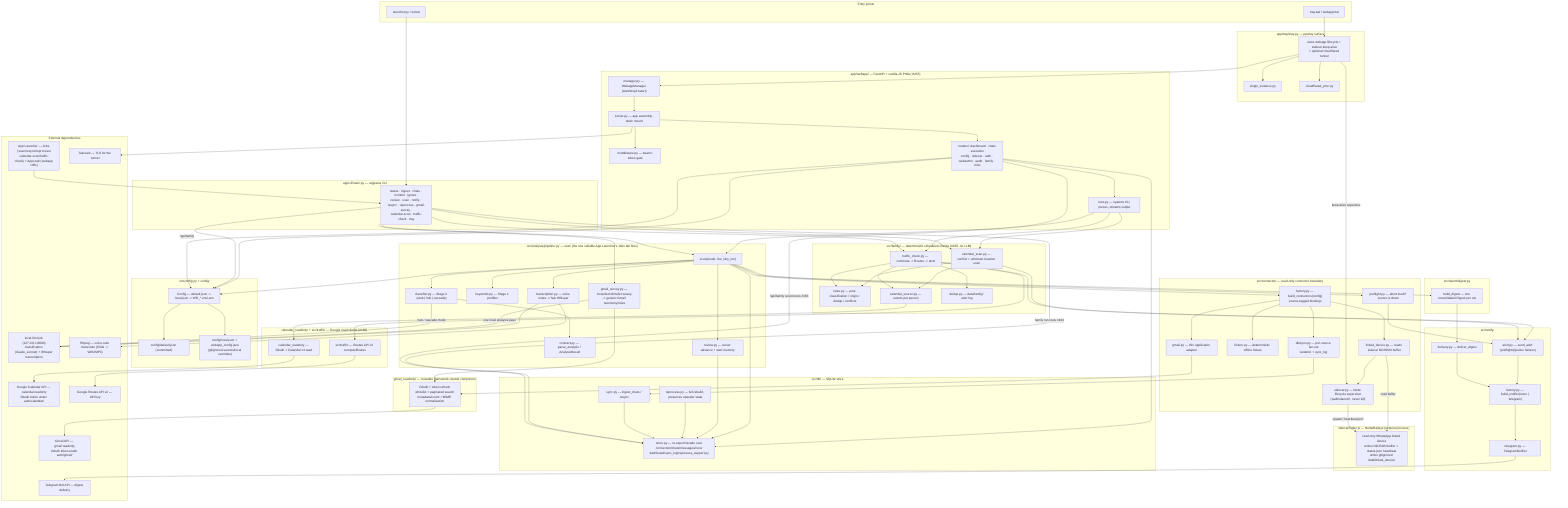
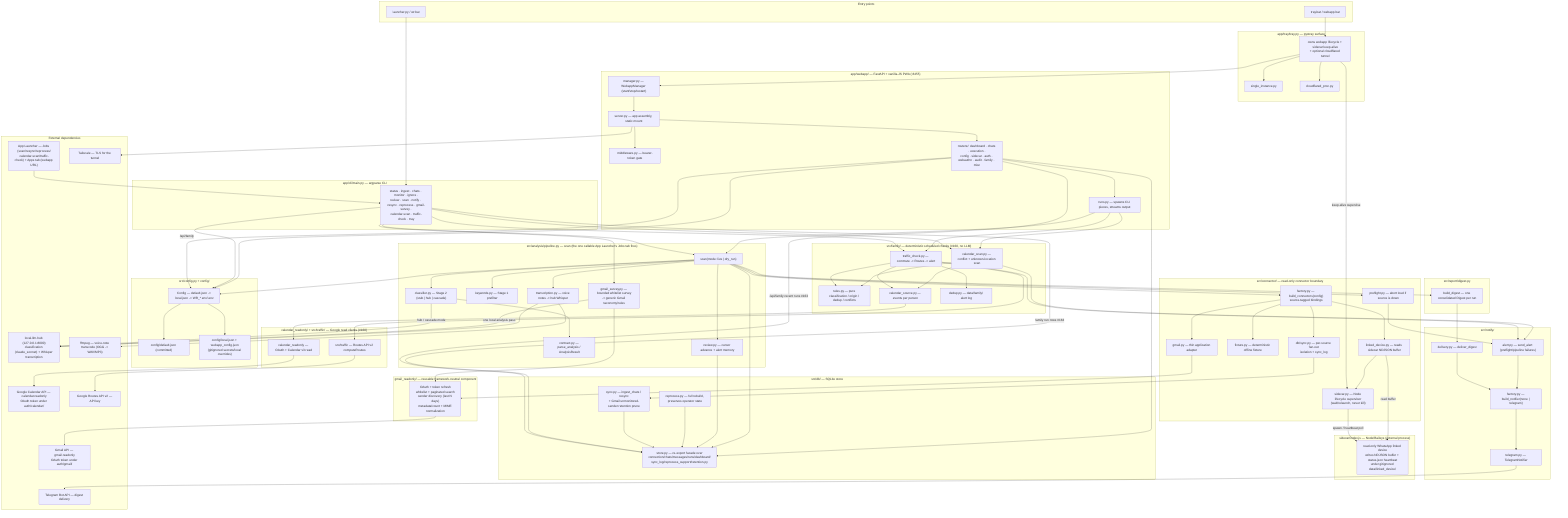
%% docs/architecture.mmd — whatsapp-radar's own internal structure.
%% Hand-authored, not generated (unlike fleet-config's mechanically-aggregated
%% fleet-wide `/system-map`) — this repo's own internal shape is semantic and
%% can't be crawled the same way. Update this diagram in the same PR as any
%% material structural change (a connector added, a pipeline stage moved, a
%% router split) — same anti-staleness contract as this repo's `.fleet.toml`
%% `description` field. See fleet-config's `CLAUDE.md` ("Every repo carries a
%% `.fleet.toml`") for the general convention (ferraroroberto/fleet-config#256).

flowchart TB
  subgraph entry["Entry points"]
    LAUNCHER["launcher.py / wr.bat"]
    TRAYBAT["tray.bat / webapp.bat"]
  end

  subgraph cli["app/cli/main.py — argparse CLI"]
    CLICMDS["status · ingest · chats · monitor · ignore ·\nreview · scan · notify · resync · reprocess · gmail-survey ·\ncalendar-scan · traffic-check · tray"]
  end
  LAUNCHER --> CLICMDS

  subgraph tray["app/tray/tray.py — pystray surface"]
    TRAYPY["owns webapp lifecycle + sidecar keep-alive\n+ optional cloudflared tunnel"]
    SINGLEINST["single_instance.py"]
    CLOUDFLARED["cloudflared_proc.py"]
  end
  TRAYBAT --> TRAYPY
  TRAYPY --> SINGLEINST
  TRAYPY --> CLOUDFLARED

  subgraph webapp["app/webapp/ — FastAPI + vanilla-JS PWA (:8455)"]
    SERVER["server.py — app assembly, static mount"]
    MANAGER["manager.py — WebappManager (start/stop/restart)"]
    MIDDLEWARE["middleware.py — bearer-token gate"]
    RUNS["runs.py — spawns CLI pieces, streams output"]
    ROUTERS["routers/: dashboard · chats · execution ·\nconfig · sidecar · auth · webauthn · audit · family · misc"]
  end
  TRAYPY --> MANAGER
  MANAGER --> SERVER
  SERVER --> MIDDLEWARE
  SERVER --> ROUTERS
  ROUTERS --> RUNS

  subgraph pipeline["src/analysis/pipeline.py — scan (the one callable App Launcher's Jobs tab fires)"]
    SCAN["scan(mode: live | dry_run)"]
    TRANSCRIBE["transcription.py — voice notes -> hub Whisper"]
    KEYWORDS["keywords.py — Stage 1 prefilter"]
    CLASSIFIER["classifier.py — Stage 2 (stub | hub | cascade)"]
    CONTRACT["contract.py — parse_analysis / AnalysisResult"]
    REVIEW["review.py — cursor advance + alert memory"]
    SURVEY["gmail_survey.py — bounded whitelist survey\n-> generic Gmail taxonomy/rules"]
  end
  CLICMDS --> SCAN
  RUNS --> SCAN
  SCAN --> TRANSCRIBE
  SCAN --> KEYWORDS
  SCAN --> CLASSIFIER
  CLASSIFIER --> CONTRACT
  SCAN --> REVIEW
  CLICMDS --> SURVEY

  subgraph connector["src/connector/ — read-only connector boundary"]
    CFACTORY["factory.py — build_connectors(config)\nsource-tagged bindings"]
    FANOUT["db/sync.py — per-source fan-out\nisolation + sync_log"]
    FIXTURE["fixture.py — deterministic offline fixture"]
    LINKED["linked_device.py — reads sidecar NDJSON buffer"]
    GMAIL["gmail.py — thin application adapter"]
    SIDECARPY["sidecar.py — Node lifecycle supervisor\n(wait/relaunch, never kill)"]
    PREFLIGHT["preflight.py — abort loud if source is down"]
  end
  SCAN --> CFACTORY
  CFACTORY --> FANOUT
  CFACTORY --> FIXTURE
  CFACTORY --> LINKED
  CFACTORY --> GMAIL
  SCAN --> PREFLIGHT
  TRAYPY -->|keep-alive supervise| SIDECARPY
  LINKED --> SIDECARPY

  subgraph gmailcore["gmail_readonly/ — reusable framework-neutral component"]
-     GMAILCORE["OAuth + token refresh\nwhitelist + paginated search\nmetadata/count + MIME normalization"]
+     GMAILCORE["OAuth + token refresh\nwhitelist + paginated search\nsender discovery (last N days)\nmetadata/count + MIME normalization"]
  end
  GMAIL --> GMAILCORE
  SURVEY --> GMAILCORE

  subgraph family["src/family/ — deterministic scheduled checks (#160, no LLM)"]
    FRULES["rules.py — pure classification / origin / dedup / conflicts"]
    FTRAFFIC["traffic_check.py — commute -> Routes -> alert"]
    FCAL["calendar_scan.py — conflict + unknown-location scan"]
    FSOURCE["calendar_source.py — events per person"]
    FDEDUP["dedup.py — data/family/ alert log"]
  end
  CLICMDS --> FTRAFFIC
  CLICMDS --> FCAL
  FTRAFFIC --> FRULES
  FCAL --> FRULES
  FTRAFFIC --> FSOURCE
  FCAL --> FSOURCE
  FTRAFFIC --> FDEDUP
  FTRAFFIC --> ALERT
  FCAL --> ALERT
  ROUTERS -->|/api/family| CONFIGPY
  ROUTERS -->|/api/family recent runs #163| STORE
  CLICMDS -->|family run rows #163| STORE
  RUNS --> FTRAFFIC
  RUNS --> FCAL

  subgraph calcore["calendar_readonly/ + src/traffic/ — Google read clients (#160)"]
    CALCLIENT["calendar_readonly — OAuth + Calendar v3 read"]
    ROUTESCLIENT["src/traffic — Routes API v2 computeRoutes"]
  end
  FSOURCE --> CALCLIENT
  FTRAFFIC --> ROUTESCLIENT

  subgraph sidecarnode["sidecar/index.js — Node/Baileys (external process)"]
    BAILEYS["read-only WhatsApp linked device\nwrites NDJSON buffer + status.json heartbeat\nunder gitignored data/linked_device/"]
  end
  SIDECARPY -->|spawn / heartbeat poll| BAILEYS
  LINKED -->|read buffer| BAILEYS

  subgraph db["src/db/ — SQLite store"]
-     STORE["store.py — re-export facade over\nconnection/chats/messages/runs/\ndashboard/sync_log/reprocess_support.py"]
-     SYNC["sync.py — ingest_chats / resync"]
+     STORE["store.py — re-export facade over\nconnection/chats/messages/runs/dashboard/\nsync_log/reprocess_support/retention.py"]
+     SYNC["sync.py — ingest_chats / resync\n+ Gmail unmonitored-sender retention prune"]
    REPROCESS["reprocess.py — full rebuild, preserves operator state"]
  end
  FANOUT --> SYNC
  SYNC --> STORE
  REPROCESS --> STORE
  REVIEW --> STORE
  SCAN --> STORE
  ROUTERS --> STORE

  subgraph report["src/report/digest.py"]
    DIGEST["build_digest — one consolidated Digest per run"]
  end
  SCAN --> DIGEST

  subgraph notify["src/notify/"]
    NFACTORY["factory.py — build_notifier(none | telegram)"]
    DELIVERY["delivery.py — deliver_digest"]
    ALERT["alert.py — send_alert (preflight/pipeline failures)"]
    TELEGRAM["telegram.py — TelegramNotifier"]
  end
  DIGEST --> DELIVERY
  DELIVERY --> NFACTORY
  NFACTORY --> TELEGRAM
  PREFLIGHT --> ALERT
  ALERT --> NFACTORY

  subgraph config["src/config.py + config/"]
    CONFIGPY["Config — default.json -> local.json -> WR_* env/.env"]
    DEFAULTJSON["config/default.json (committed)"]
    LOCALJSON["config/local.json + webapp_config.json\n(gitignored secrets/local overrides)"]
  end
  CLICMDS --> CONFIGPY
  SCAN --> CONFIGPY
  ROUTERS --> CONFIGPY
  CONFIGPY --> DEFAULTJSON
  CONFIGPY --> LOCALJSON

  subgraph ext["External dependencies"]
    HUB["local-llm-hub (127.0.0.1:8000)\nclassification (claude_sonnet) + Whisper transcription"]
    TELEGRAMAPI["Telegram Bot API — digest delivery"]
    APPLAUNCHER["App Launcher — Jobs (scan/resync/reprocess/\ncalendar-scan/traffic-check) + Apps tab (webapp URL)"]
    TAILSCALE["Tailscale — TLS for the tunnel"]
    FFMPEG["ffmpeg — voice-note transcode (OGG -> WAV/MP3)"]
    GMAILAPI["Gmail API — gmail.readonly\nOAuth token under auth/gmail/"]
    CALAPI["Google Calendar API — calendar.readonly\nOAuth token under auth/calendar/"]
    ROUTESAPI["Google Routes API v2 — API key"]
  end
  CLASSIFIER -->|hub / cascade mode| HUB
  SURVEY -->|one local analysis pass| HUB
  TRANSCRIBE --> HUB
  TELEGRAM --> TELEGRAMAPI
  APPLAUNCHER --> CLICMDS
  SERVER --> TAILSCALE
  TRANSCRIBE --> FFMPEG
  GMAILCORE --> GMAILAPI
  CALCLIENT --> CALAPI
  ROUTESCLIENT --> ROUTESAPI
